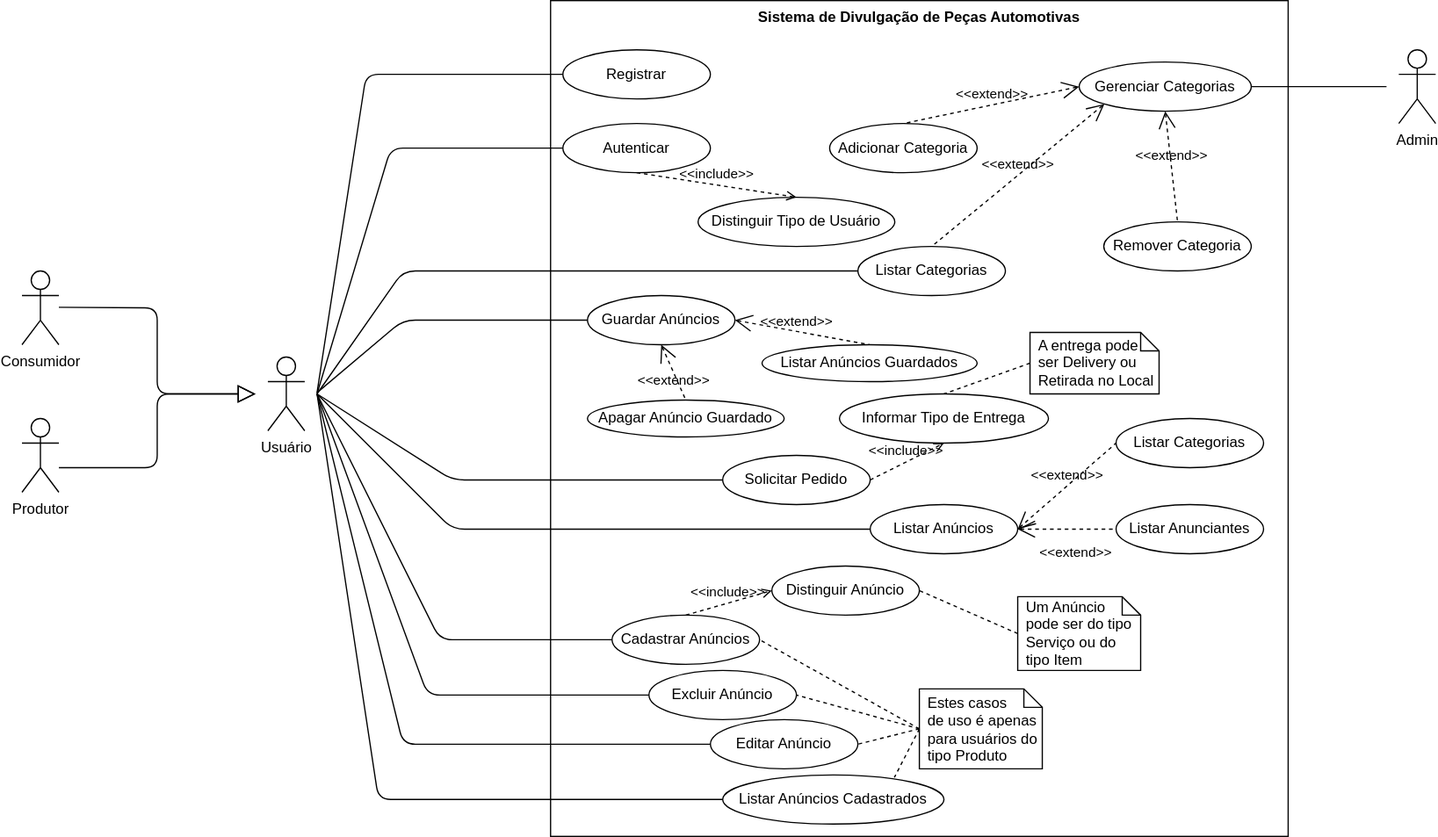
Above: diagramas/CasosUso.drawio.svg in yanturck/carshopservices (draw.io), before the change. Source tidied: cells renumbered, new cells last; positions are measured from the earlier drawing's top-left corner, leaving out a move shared by most shapes. Source of this version:
```xml
<mxGraphModel>
  <root>
    <mxCell id="0" />
    <mxCell id="1" parent="0" />
    <mxCell id="2" value="Consumidor" style="shape=umlActor;verticalLabelPosition=bottom;verticalAlign=top;html=1;" parent="1" vertex="1">
      <mxGeometry y="220" width="30" height="60" as="geometry" />
    </mxCell>
    <mxCell id="3" value="Produtor" style="shape=umlActor;verticalLabelPosition=bottom;verticalAlign=top;html=1;" parent="1" vertex="1">
      <mxGeometry y="340" width="30" height="60" as="geometry" />
    </mxCell>
    <mxCell id="4" style="edgeStyle=none;html=1;endArrow=block;endFill=0;endSize=12;verticalAlign=bottom;" parent="1" edge="1">
      <mxGeometry relative="1" as="geometry">
        <mxPoint x="30" y="380" as="sourcePoint" />
        <mxPoint x="190" y="320" as="targetPoint" />
        <Array as="points">
          <mxPoint x="110" y="380" />
          <mxPoint x="110" y="320" />
        </Array>
      </mxGeometry>
    </mxCell>
    <mxCell id="5" style="edgeStyle=none;html=1;endArrow=block;endFill=0;endSize=12;verticalAlign=bottom;" parent="1" edge="1">
      <mxGeometry relative="1" as="geometry">
        <mxPoint x="30" y="249.5" as="sourcePoint" />
        <mxPoint x="190" y="320" as="targetPoint" />
        <Array as="points">
          <mxPoint x="110" y="250" />
          <mxPoint x="110" y="320" />
        </Array>
      </mxGeometry>
    </mxCell>
    <mxCell id="6" value="Usuário" style="shape=umlActor;html=1;verticalLabelPosition=bottom;verticalAlign=top;align=center;" parent="1" vertex="1">
      <mxGeometry x="200" y="290" width="30" height="60" as="geometry" />
    </mxCell>
    <mxCell id="7" value="Sistema de Divulgação de Peças Automotivas" style="shape=rect;html=1;verticalAlign=top;fontStyle=1;whiteSpace=wrap;align=center;" parent="1" vertex="1">
      <mxGeometry x="430" width="600" height="680" as="geometry" />
    </mxCell>
    <mxCell id="8" value="&lt;span style=&quot;font-weight: normal&quot;&gt;Listar Anúncios&lt;/span&gt;" style="shape=ellipse;html=1;strokeWidth=1;fontStyle=1;whiteSpace=wrap;align=center;perimeter=ellipsePerimeter;" parent="1" vertex="1">
      <mxGeometry x="690" y="410" width="120" height="40" as="geometry" />
    </mxCell>
    <mxCell id="9" value="&lt;span style=&quot;font-weight: normal&quot;&gt;Listar Categorias&lt;/span&gt;" style="shape=ellipse;html=1;strokeWidth=1;fontStyle=1;whiteSpace=wrap;align=center;perimeter=ellipsePerimeter;" parent="1" vertex="1">
      <mxGeometry x="680" y="200" width="120" height="40" as="geometry" />
    </mxCell>
    <mxCell id="10" value="&lt;span style=&quot;font-weight: normal&quot;&gt;Distinguir Tipo de Usuário&lt;/span&gt;" style="shape=ellipse;html=1;strokeWidth=1;fontStyle=1;whiteSpace=wrap;align=center;perimeter=ellipsePerimeter;" parent="1" vertex="1">
      <mxGeometry x="550" y="160" width="160" height="40" as="geometry" />
    </mxCell>
    <mxCell id="11" value="&lt;span style=&quot;font-weight: normal&quot;&gt;Autenticar&lt;/span&gt;" style="shape=ellipse;html=1;strokeWidth=1;fontStyle=1;whiteSpace=wrap;align=center;perimeter=ellipsePerimeter;" parent="1" vertex="1">
      <mxGeometry x="440" y="100" width="120" height="40" as="geometry" />
    </mxCell>
    <mxCell id="12" value="&lt;span style=&quot;font-weight: normal&quot;&gt;Registrar&lt;/span&gt;" style="shape=ellipse;html=1;strokeWidth=1;fontStyle=1;whiteSpace=wrap;align=center;perimeter=ellipsePerimeter;" parent="1" vertex="1">
      <mxGeometry x="440" y="40" width="120" height="40" as="geometry" />
    </mxCell>
    <mxCell id="13" value="&lt;span style=&quot;font-weight: normal&quot;&gt;Listar Anúncios Cadastrados&lt;/span&gt;" style="shape=ellipse;html=1;strokeWidth=1;fontStyle=1;whiteSpace=wrap;align=center;perimeter=ellipsePerimeter;" parent="1" vertex="1">
      <mxGeometry x="570" y="630" width="180" height="40" as="geometry" />
    </mxCell>
    <mxCell id="14" value="&lt;span style=&quot;font-weight: normal&quot;&gt;Cadastrar Anúncios&lt;/span&gt;" style="shape=ellipse;html=1;strokeWidth=1;fontStyle=1;whiteSpace=wrap;align=center;perimeter=ellipsePerimeter;" parent="1" vertex="1">
      <mxGeometry x="480" y="500" width="120" height="40" as="geometry" />
    </mxCell>
    <mxCell id="15" value="&lt;span style=&quot;font-weight: normal&quot;&gt;Listar Categorias&lt;/span&gt;" style="shape=ellipse;html=1;strokeWidth=1;fontStyle=1;whiteSpace=wrap;align=center;perimeter=ellipsePerimeter;" parent="1" vertex="1">
      <mxGeometry x="890" y="340" width="120" height="40" as="geometry" />
    </mxCell>
    <mxCell id="16" value="&lt;span style=&quot;font-weight: normal&quot;&gt;Listar Anunciantes&lt;/span&gt;" style="shape=ellipse;html=1;strokeWidth=1;fontStyle=1;whiteSpace=wrap;align=center;perimeter=ellipsePerimeter;" parent="1" vertex="1">
      <mxGeometry x="890" y="410" width="120" height="40" as="geometry" />
    </mxCell>
    <mxCell id="17" value="&lt;span style=&quot;font-weight: normal&quot;&gt;Adicionar Categoria&lt;/span&gt;" style="shape=ellipse;html=1;strokeWidth=1;fontStyle=1;whiteSpace=wrap;align=center;perimeter=ellipsePerimeter;" parent="1" vertex="1">
      <mxGeometry x="657" y="100" width="120" height="40" as="geometry" />
    </mxCell>
    <mxCell id="18" value="&lt;span style=&quot;font-weight: normal&quot;&gt;Remover Categoria&lt;/span&gt;" style="shape=ellipse;html=1;strokeWidth=1;fontStyle=1;whiteSpace=wrap;align=center;perimeter=ellipsePerimeter;" parent="1" vertex="1">
      <mxGeometry x="880" y="180" width="120" height="40" as="geometry" />
    </mxCell>
    <mxCell id="19" value="&lt;span style=&quot;font-weight: normal&quot;&gt;Gerenciar Categorias&lt;/span&gt;" style="shape=ellipse;html=1;strokeWidth=1;fontStyle=1;whiteSpace=wrap;align=center;perimeter=ellipsePerimeter;" parent="1" vertex="1">
      <mxGeometry x="860" y="50" width="140" height="40" as="geometry" />
    </mxCell>
    <mxCell id="20" value="&amp;lt;&amp;lt;extend&amp;gt;&amp;gt;" style="edgeStyle=none;html=1;startArrow=open;endArrow=none;startSize=12;verticalAlign=bottom;dashed=1;labelBackgroundColor=none;exitX=0;exitY=1;exitDx=0;exitDy=0;entryX=0.5;entryY=0;entryDx=0;entryDy=0;" parent="1" edge="1" source="19" target="9">
      <mxGeometry relative="1" as="geometry" />
    </mxCell>
    <mxCell id="21" value="&amp;lt;&amp;lt;include&amp;gt;&amp;gt;" style="edgeStyle=none;html=1;endArrow=open;verticalAlign=bottom;dashed=1;labelBackgroundColor=none;entryX=0;entryY=0.5;entryDx=0;entryDy=0;exitX=0.5;exitY=0;exitDx=0;exitDy=0;" parent="1" edge="1" source="14" target="50">
      <mxGeometry relative="1" as="geometry" />
    </mxCell>
    <mxCell id="22" value="&amp;lt;&amp;lt;include&amp;gt;&amp;gt;" style="edgeStyle=none;html=1;endArrow=open;verticalAlign=bottom;dashed=1;labelBackgroundColor=none;entryX=0.5;entryY=1;entryDx=0;entryDy=0;exitX=1;exitY=0.5;exitDx=0;exitDy=0;" parent="1" edge="1" source="42" target="46">
      <mxGeometry relative="1" as="geometry" />
    </mxCell>
    <mxCell id="23" value="&amp;lt;&amp;lt;extend&amp;gt;&amp;gt;" style="edgeStyle=none;html=1;startArrow=open;endArrow=none;startSize=12;verticalAlign=bottom;dashed=1;labelBackgroundColor=none;entryX=0;entryY=0.5;entryDx=0;entryDy=0;exitX=1;exitY=0.5;exitDx=0;exitDy=0;" parent="1" edge="1" source="8" target="16">
      <mxGeometry x="0.14" y="-28" relative="1" as="geometry">
        <mxPoint x="1" as="offset" />
      </mxGeometry>
    </mxCell>
    <mxCell id="24" style="edgeStyle=none;html=1;endArrow=none;verticalAlign=bottom;entryX=0;entryY=0.5;entryDx=0;entryDy=0;" parent="1" edge="1" target="12">
      <mxGeometry relative="1" as="geometry">
        <mxPoint x="240" y="319" as="sourcePoint" />
        <Array as="points">
          <mxPoint x="280" y="60" />
        </Array>
      </mxGeometry>
    </mxCell>
    <mxCell id="25" style="edgeStyle=none;html=1;endArrow=none;verticalAlign=bottom;entryX=0;entryY=0.5;entryDx=0;entryDy=0;" parent="1" edge="1" target="11">
      <mxGeometry relative="1" as="geometry">
        <mxPoint x="240" y="320" as="sourcePoint" />
        <Array as="points">
          <mxPoint x="300" y="120" />
        </Array>
      </mxGeometry>
    </mxCell>
    <mxCell id="26" style="edgeStyle=none;html=1;endArrow=none;verticalAlign=bottom;entryX=0;entryY=0.5;entryDx=0;entryDy=0;" parent="1" edge="1" target="8">
      <mxGeometry relative="1" as="geometry">
        <mxPoint x="240" y="320" as="sourcePoint" />
        <Array as="points">
          <mxPoint x="350" y="430" />
        </Array>
      </mxGeometry>
    </mxCell>
    <mxCell id="27" style="edgeStyle=none;html=1;endArrow=none;rounded=0;labelBackgroundColor=none;dashed=1;exitX=0;exitY=0.5;exitDx=0;exitDy=0;exitPerimeter=0;entryX=1;entryY=0.5;entryDx=0;entryDy=0;" parent="1" edge="1" source="32" target="14">
      <mxGeometry relative="1" as="geometry" />
    </mxCell>
    <mxCell id="28" style="edgeStyle=none;html=1;endArrow=none;verticalAlign=bottom;entryX=0;entryY=0.5;entryDx=0;entryDy=0;" parent="1" edge="1" target="14">
      <mxGeometry relative="1" as="geometry">
        <mxPoint x="240" y="320" as="sourcePoint" />
        <Array as="points">
          <mxPoint x="340" y="520" />
        </Array>
      </mxGeometry>
    </mxCell>
    <mxCell id="29" style="edgeStyle=none;html=1;endArrow=none;verticalAlign=bottom;entryX=0;entryY=0.5;entryDx=0;entryDy=0;" parent="1" edge="1" target="9">
      <mxGeometry relative="1" as="geometry">
        <mxPoint x="240" y="320" as="sourcePoint" />
        <Array as="points">
          <mxPoint x="310" y="220" />
        </Array>
      </mxGeometry>
    </mxCell>
    <mxCell id="30" value="&amp;lt;&amp;lt;include&amp;gt;&amp;gt;" style="edgeStyle=none;html=1;endArrow=open;verticalAlign=bottom;dashed=1;labelBackgroundColor=none;entryX=0.5;entryY=0;entryDx=0;entryDy=0;exitX=0.5;exitY=1;exitDx=0;exitDy=0;" parent="1" edge="1" source="11" target="10">
      <mxGeometry relative="1" as="geometry" />
    </mxCell>
    <mxCell id="31" style="edgeStyle=none;html=1;endArrow=none;verticalAlign=bottom;entryX=0;entryY=0.5;entryDx=0;entryDy=0;" parent="1" edge="1" target="13">
      <mxGeometry relative="1" as="geometry">
        <mxPoint x="240" y="320" as="sourcePoint" />
        <Array as="points">
          <mxPoint x="290" y="650" />
        </Array>
      </mxGeometry>
    </mxCell>
    <mxCell id="32" value="Estes casos&#10;de uso é apenas para usuários do tipo Produto" style="shape=note;size=15;spacingLeft=5;align=left;whiteSpace=wrap;strokeWidth=1;" parent="1" vertex="1">
      <mxGeometry x="730" y="560" width="100" height="65" as="geometry" />
    </mxCell>
    <mxCell id="33" style="edgeStyle=none;html=1;endArrow=none;rounded=0;labelBackgroundColor=none;dashed=1;exitX=0;exitY=0.5;exitDx=0;exitDy=0;exitPerimeter=0;entryX=0.776;entryY=0.051;entryDx=0;entryDy=0;entryPerimeter=0;" parent="1" edge="1" source="32" target="13">
      <mxGeometry relative="1" as="geometry" />
    </mxCell>
    <mxCell id="34" value="Admin" style="shape=umlActor;html=1;verticalLabelPosition=bottom;verticalAlign=top;align=center;strokeWidth=1;" parent="1" vertex="1">
      <mxGeometry x="1120" y="40" width="30" height="60" as="geometry" />
    </mxCell>
    <mxCell id="35" style="edgeStyle=none;html=1;endArrow=none;verticalAlign=bottom;exitX=1;exitY=0.5;exitDx=0;exitDy=0;" parent="1" edge="1" source="19">
      <mxGeometry relative="1" as="geometry">
        <mxPoint x="1110" y="70" as="targetPoint" />
      </mxGeometry>
    </mxCell>
    <mxCell id="36" value="&lt;span style=&quot;font-weight: normal&quot;&gt;Excluir Anúncio&lt;/span&gt;" style="shape=ellipse;html=1;strokeWidth=1;fontStyle=1;whiteSpace=wrap;align=center;perimeter=ellipsePerimeter;" parent="1" vertex="1">
      <mxGeometry x="510" y="545" width="120" height="40" as="geometry" />
    </mxCell>
    <mxCell id="37" value="&lt;span style=&quot;font-weight: normal&quot;&gt;Editar Anúncio&lt;/span&gt;" style="shape=ellipse;html=1;strokeWidth=1;fontStyle=1;whiteSpace=wrap;align=center;perimeter=ellipsePerimeter;" parent="1" vertex="1">
      <mxGeometry x="560" y="585" width="120" height="40" as="geometry" />
    </mxCell>
    <mxCell id="38" style="edgeStyle=none;html=1;endArrow=none;rounded=0;labelBackgroundColor=none;dashed=1;exitX=0;exitY=0.5;exitDx=0;exitDy=0;exitPerimeter=0;entryX=1;entryY=0.5;entryDx=0;entryDy=0;" parent="1" edge="1" source="32" target="36">
      <mxGeometry relative="1" as="geometry" />
    </mxCell>
    <mxCell id="39" style="edgeStyle=none;html=1;endArrow=none;rounded=0;labelBackgroundColor=none;dashed=1;exitX=0;exitY=0.5;exitDx=0;exitDy=0;exitPerimeter=0;entryX=1;entryY=0.5;entryDx=0;entryDy=0;" parent="1" edge="1" source="32" target="37">
      <mxGeometry relative="1" as="geometry" />
    </mxCell>
    <mxCell id="40" style="edgeStyle=none;html=1;endArrow=none;verticalAlign=bottom;entryX=0;entryY=0.5;entryDx=0;entryDy=0;" parent="1" edge="1" target="37">
      <mxGeometry relative="1" as="geometry">
        <mxPoint x="240" y="320" as="sourcePoint" />
        <Array as="points">
          <mxPoint x="310" y="605" />
        </Array>
      </mxGeometry>
    </mxCell>
    <mxCell id="41" style="edgeStyle=none;html=1;endArrow=none;verticalAlign=bottom;entryX=0;entryY=0.5;entryDx=0;entryDy=0;" parent="1" edge="1" target="36">
      <mxGeometry relative="1" as="geometry">
        <mxPoint x="240" y="320" as="sourcePoint" />
        <Array as="points">
          <mxPoint x="330" y="565" />
        </Array>
      </mxGeometry>
    </mxCell>
    <mxCell id="42" value="&lt;span style=&quot;font-weight: normal&quot;&gt;Solicitar Pedido&lt;/span&gt;" style="shape=ellipse;html=1;strokeWidth=1;fontStyle=1;whiteSpace=wrap;align=center;perimeter=ellipsePerimeter;" parent="1" vertex="1">
      <mxGeometry x="570" y="370" width="120" height="40" as="geometry" />
    </mxCell>
    <mxCell id="43" value="&lt;span style=&quot;font-weight: normal&quot;&gt;Guardar Anúncios&lt;/span&gt;" style="shape=ellipse;html=1;strokeWidth=1;fontStyle=1;whiteSpace=wrap;align=center;perimeter=ellipsePerimeter;" parent="1" vertex="1">
      <mxGeometry x="460" y="240" width="120" height="40" as="geometry" />
    </mxCell>
    <mxCell id="44" value="A entrega pode ser Delivery ou Retirada no Local" style="shape=note;size=15;spacingLeft=5;align=left;whiteSpace=wrap;strokeWidth=1;" parent="1" vertex="1">
      <mxGeometry x="820" y="270" width="105" height="50" as="geometry" />
    </mxCell>
    <mxCell id="45" style="edgeStyle=none;html=1;endArrow=none;rounded=0;labelBackgroundColor=none;dashed=1;exitX=0;exitY=0.5;exitDx=0;exitDy=0;exitPerimeter=0;entryX=0.5;entryY=0;entryDx=0;entryDy=0;" parent="1" edge="1" source="44" target="46">
      <mxGeometry relative="1" as="geometry" />
    </mxCell>
    <mxCell id="46" value="&lt;span style=&quot;font-weight: normal&quot;&gt;Informar Tipo de Entrega&lt;/span&gt;" style="shape=ellipse;html=1;strokeWidth=1;fontStyle=1;whiteSpace=wrap;align=center;perimeter=ellipsePerimeter;" parent="1" vertex="1">
      <mxGeometry x="665" y="320" width="170" height="40" as="geometry" />
    </mxCell>
    <mxCell id="47" style="edgeStyle=none;html=1;endArrow=none;verticalAlign=bottom;entryX=0;entryY=0.5;entryDx=0;entryDy=0;" parent="1" edge="1" target="43">
      <mxGeometry relative="1" as="geometry">
        <mxPoint x="240" y="319" as="sourcePoint" />
        <Array as="points">
          <mxPoint x="310" y="260" />
        </Array>
      </mxGeometry>
    </mxCell>
    <mxCell id="48" value="&amp;lt;&amp;lt;extend&amp;gt;&amp;gt;" style="edgeStyle=none;html=1;startArrow=open;endArrow=none;startSize=12;verticalAlign=bottom;dashed=1;labelBackgroundColor=none;entryX=0.5;entryY=0;entryDx=0;entryDy=0;exitX=0.5;exitY=1;exitDx=0;exitDy=0;" parent="1" edge="1" source="43" target="55">
      <mxGeometry x="0.59" y="-6" relative="1" as="geometry" />
    </mxCell>
    <mxCell id="49" style="edgeStyle=none;html=1;endArrow=none;verticalAlign=bottom;entryX=0;entryY=0.5;entryDx=0;entryDy=0;" parent="1" edge="1" target="42">
      <mxGeometry relative="1" as="geometry">
        <mxPoint x="240" y="320" as="sourcePoint" />
        <Array as="points">
          <mxPoint x="350" y="390" />
        </Array>
      </mxGeometry>
    </mxCell>
    <mxCell id="50" value="&lt;span style=&quot;font-weight: normal&quot;&gt;Distinguir Anúncio&lt;/span&gt;" style="shape=ellipse;html=1;strokeWidth=1;fontStyle=1;whiteSpace=wrap;align=center;perimeter=ellipsePerimeter;" parent="1" vertex="1">
      <mxGeometry x="610" y="460" width="120" height="40" as="geometry" />
    </mxCell>
    <mxCell id="51" value="&amp;lt;&amp;lt;extend&amp;gt;&amp;gt;" style="edgeStyle=none;html=1;startArrow=open;endArrow=none;startSize=12;verticalAlign=bottom;dashed=1;labelBackgroundColor=none;exitX=1;exitY=0.5;exitDx=0;exitDy=0;entryX=0.5;entryY=0;entryDx=0;entryDy=0;" parent="1" edge="1" source="43" target="54">
      <mxGeometry x="-0.08" y="-1" relative="1" as="geometry" />
    </mxCell>
    <mxCell id="52" value="Um Anúncio pode ser do tipo Serviço ou do tipo Item" style="shape=note;size=15;spacingLeft=5;align=left;whiteSpace=wrap;strokeWidth=1;" parent="1" vertex="1">
      <mxGeometry x="810" y="485" width="100" height="60" as="geometry" />
    </mxCell>
    <mxCell id="53" style="edgeStyle=none;html=1;endArrow=none;rounded=0;labelBackgroundColor=none;dashed=1;exitX=0;exitY=0.5;exitDx=0;exitDy=0;exitPerimeter=0;entryX=1;entryY=0.5;entryDx=0;entryDy=0;" parent="1" edge="1" source="52" target="50">
      <mxGeometry relative="1" as="geometry" />
    </mxCell>
    <mxCell id="54" value="&lt;span style=&quot;font-weight: normal&quot;&gt;Listar Anúncios Guardados&lt;/span&gt;" style="shape=ellipse;html=1;strokeWidth=1;fontStyle=1;whiteSpace=wrap;align=center;perimeter=ellipsePerimeter;" parent="1" vertex="1">
      <mxGeometry x="602" y="280" width="175" height="30" as="geometry" />
    </mxCell>
    <mxCell id="55" value="&lt;span style=&quot;font-weight: normal&quot;&gt;Apagar Anúncio Guardado&lt;/span&gt;" style="shape=ellipse;html=1;strokeWidth=1;fontStyle=1;whiteSpace=wrap;align=center;perimeter=ellipsePerimeter;" parent="1" vertex="1">
      <mxGeometry x="460" y="325" width="160" height="30" as="geometry" />
    </mxCell>
    <mxCell id="56" value="&amp;lt;&amp;lt;extend&amp;gt;&amp;gt;" style="edgeStyle=none;html=1;startArrow=open;endArrow=none;startSize=12;verticalAlign=bottom;dashed=1;labelBackgroundColor=none;entryX=0;entryY=0.5;entryDx=0;entryDy=0;" parent="1" edge="1" target="15">
      <mxGeometry relative="1" as="geometry">
        <mxPoint x="810" y="430" as="sourcePoint" />
      </mxGeometry>
    </mxCell>
    <mxCell id="57" value="&amp;lt;&amp;lt;extend&amp;gt;&amp;gt;" style="edgeStyle=none;html=1;startArrow=open;endArrow=none;startSize=12;verticalAlign=bottom;dashed=1;labelBackgroundColor=none;entryX=0.5;entryY=0;entryDx=0;entryDy=0;exitX=0.5;exitY=1;exitDx=0;exitDy=0;" parent="1" edge="1" source="19" target="18">
      <mxGeometry relative="1" as="geometry" />
    </mxCell>
    <mxCell id="58" value="&amp;lt;&amp;lt;extend&amp;gt;&amp;gt;" style="edgeStyle=none;html=1;startArrow=open;endArrow=none;startSize=12;verticalAlign=bottom;dashed=1;labelBackgroundColor=none;entryX=0.5;entryY=0;entryDx=0;entryDy=0;exitX=0;exitY=0.5;exitDx=0;exitDy=0;" parent="1" edge="1" source="19" target="17">
      <mxGeometry relative="1" as="geometry" />
    </mxCell>
  </root>
</mxGraphModel>
```
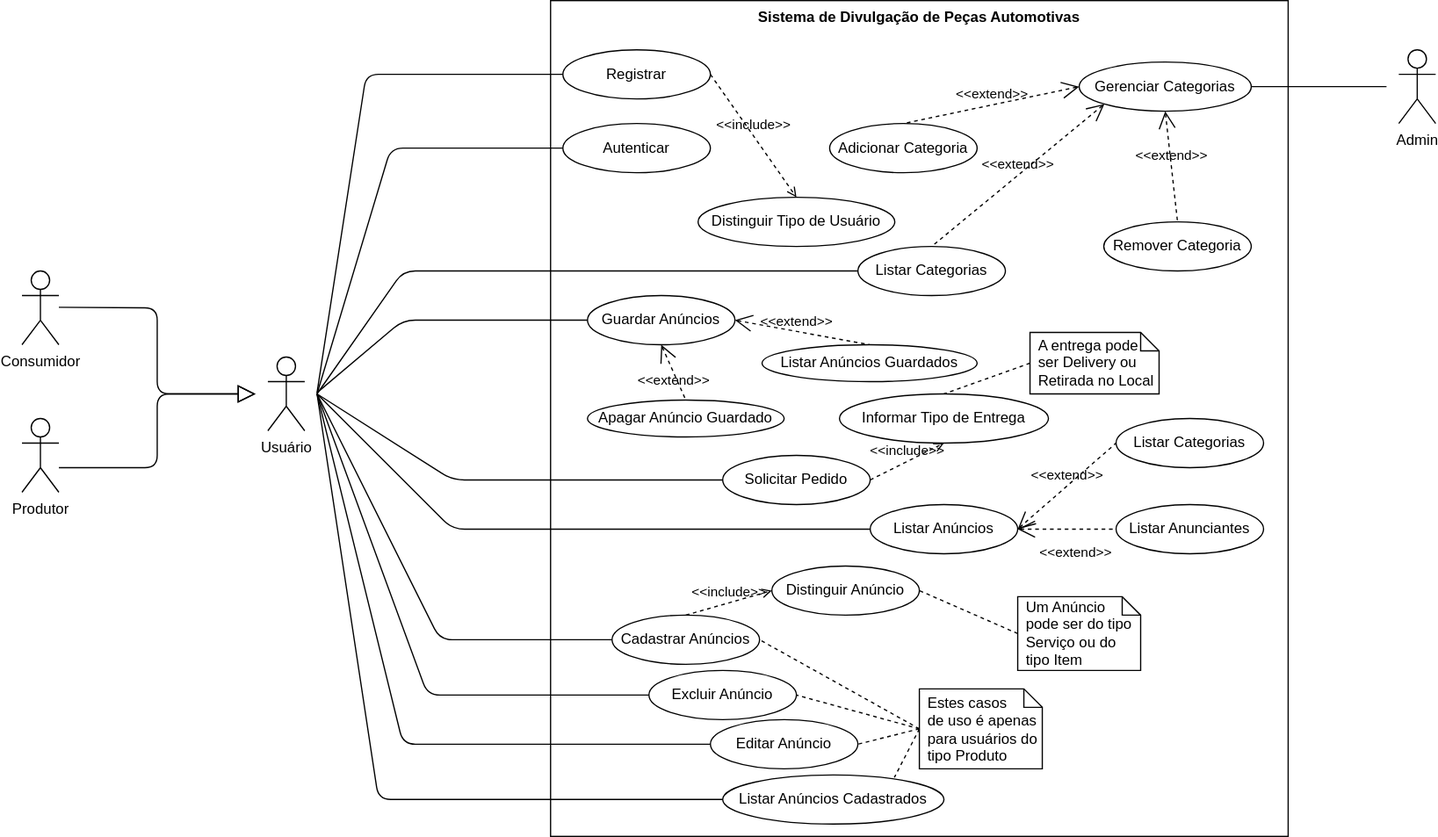
Above is the later version.

Change to the diagram source:
```diff
@@ -127,7 +127,7 @@
         </Array>
       </mxGeometry>
     </mxCell>
-    <mxCell id="30" value="&amp;lt;&amp;lt;include&amp;gt;&amp;gt;" style="edgeStyle=none;html=1;endArrow=open;verticalAlign=bottom;dashed=1;labelBackgroundColor=none;entryX=0.5;entryY=0;entryDx=0;entryDy=0;exitX=0.5;exitY=1;exitDx=0;exitDy=0;" parent="1" edge="1" source="11" target="10">
+    <mxCell id="30" value="&amp;lt;&amp;lt;include&amp;gt;&amp;gt;" style="edgeStyle=none;html=1;endArrow=open;verticalAlign=bottom;dashed=1;labelBackgroundColor=none;entryX=0.5;entryY=0;entryDx=0;entryDy=0;exitX=1;exitY=0.5;exitDx=0;exitDy=0;" parent="1" edge="1" source="12" target="10">
       <mxGeometry relative="1" as="geometry" />
     </mxCell>
     <mxCell id="31" style="edgeStyle=none;html=1;endArrow=none;verticalAlign=bottom;entryX=0;entryY=0.5;entryDx=0;entryDy=0;" parent="1" edge="1" target="13">
```
